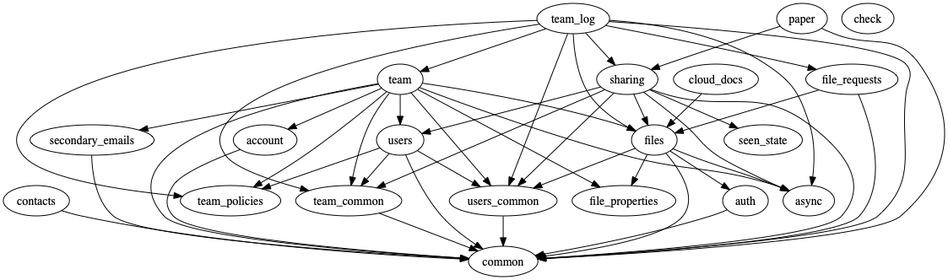
dropbox/dropbox-sdk-rust keeps this Graphviz diagram as namespaces.dot.png. Above is the earlier version. Its source is kept beside it as namespaces.dot.
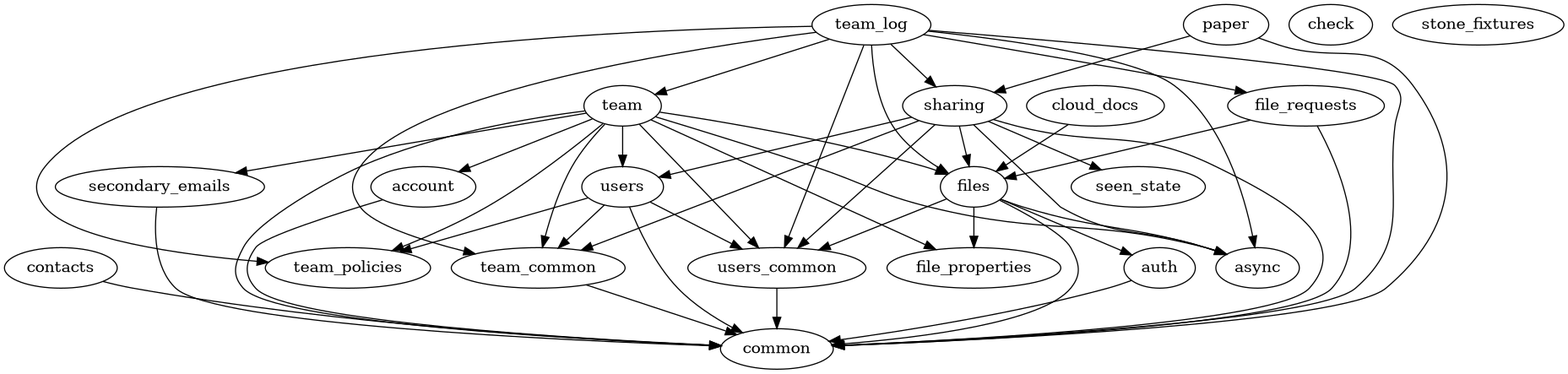
The same file after the commit.

Diff of the diagram source:
```diff
@@ -13,6 +13,7 @@
     secondary_emails -> { common };
     seen_state;
     sharing -> { async common files seen_state team_common users users_common };
+    stone_fixtures;
     team -> { account async common file_properties files secondary_emails team_common team_policies users users_common };
     team_common -> { common };
     team_log -> { async common file_requests files sharing team team_common team_policies users_common };
```
